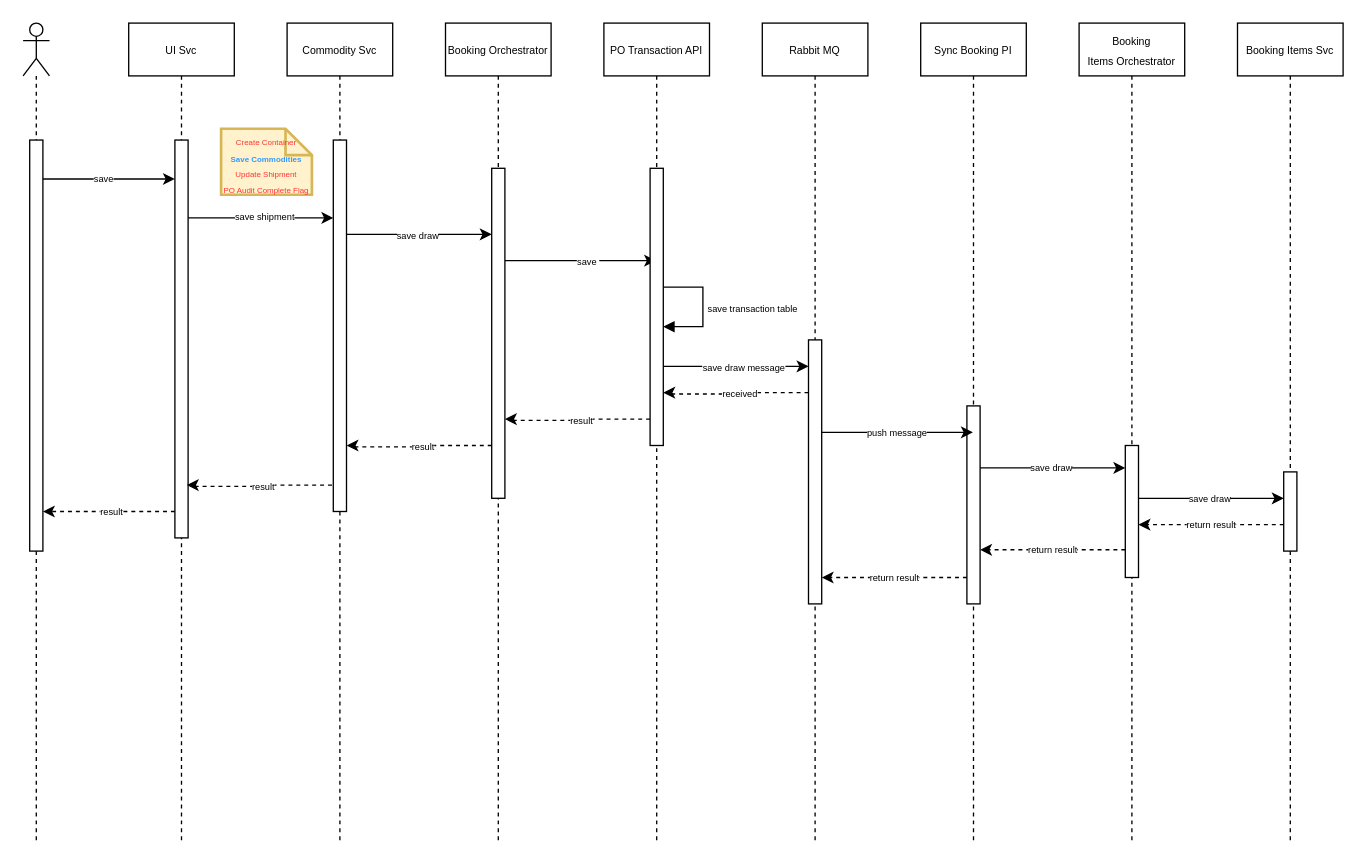
Before: page "SIA Save" (3 of 3) of PO Architecure.drawio in TommyVV/chr-diagrams, a draw.io diagram. Source tidied: cells renumbered, new cells numbered last; positions are measured from the earlier drawing's top-left corner, leaving out a move shared by most shapes. Both pictures are drawn from the tidied source at 132%, with x=0, y=0 at pixel (22, 22).
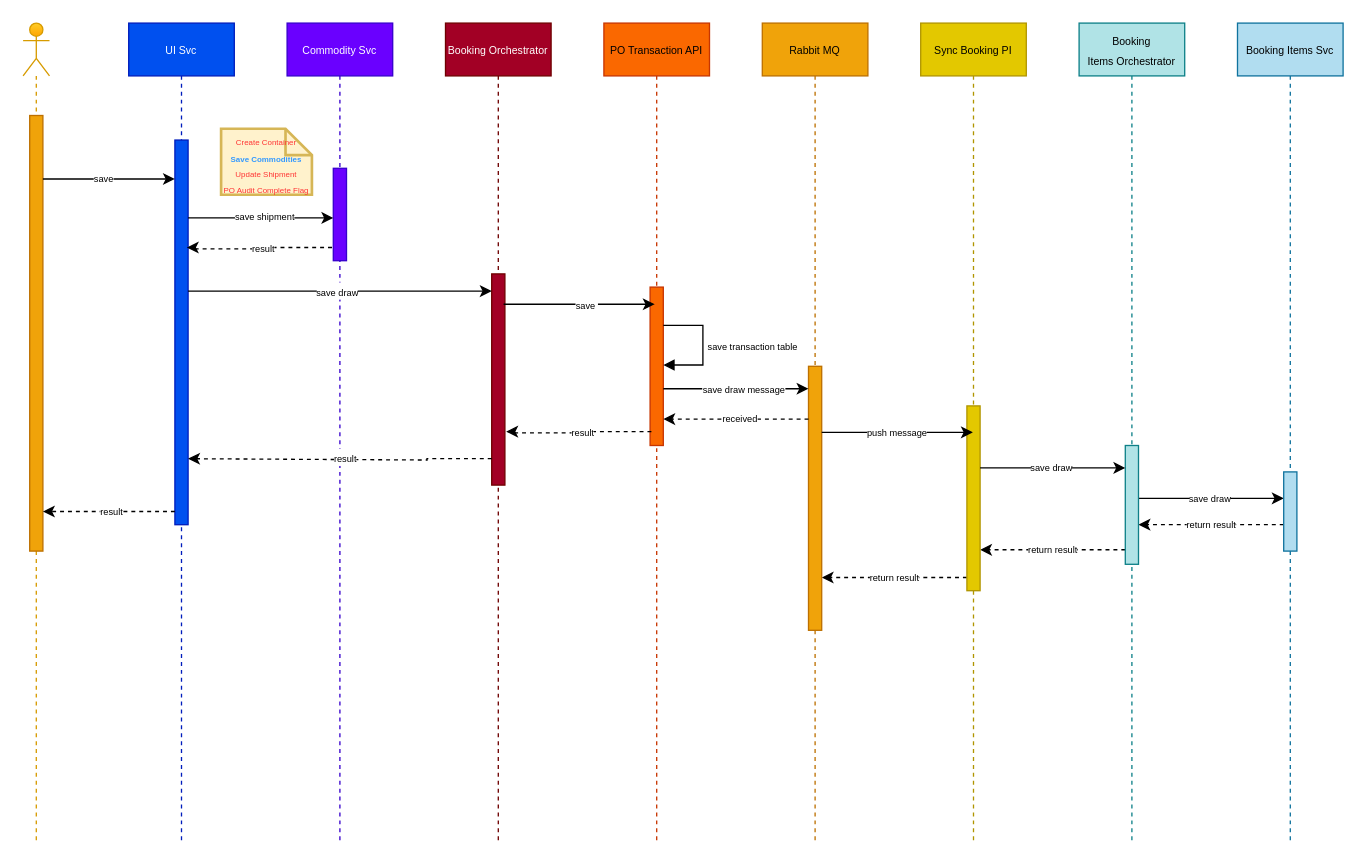
The same diagram, later.

Unchanged cells that the change refers to:
```xml
<mxCell id="14" style="group;" parent="1" vertex="1">
  <mxGeometry width="1000" height="620" as="geometry" />
</mxCell>
<mxCell id="15" style="group;spacing=1;" parent="14" vertex="1">
  <mxGeometry width="400" height="620" as="geometry" />
</mxCell>
```

Change to the diagram source:
```diff
@@
-    <mxCell id="2" style="edgeStyle=orthogonalEdgeStyle;rounded=0;orthogonalLoop=1;jettySize=auto;html=1;curved=0;" parent="1" edge="1">
-      <mxGeometry relative="1" as="geometry">
-        <mxPoint x="365" y="180" as="sourcePoint" />
-        <mxPoint x="479.5" y="180" as="targetPoint" />
-        <Array as="points">
-          <mxPoint x="380" y="180" />
-          <mxPoint x="380" y="180" />
-        </Array>
-      </mxGeometry>
-    </mxCell>
-    <mxCell id="3" value="&lt;font style=&quot;font-size: 7px;&quot;&gt;save&amp;nbsp;&lt;/font&gt;" style="edgeLabel;html=1;align=center;verticalAlign=middle;" parent="2" vertex="1">
-      <mxGeometry x="0.09" y="1" relative="1" as="geometry" />
-    </mxCell>
-    <mxCell id="4" style="edgeStyle=orthogonalEdgeStyle;rounded=0;orthogonalLoop=1;jettySize=auto;html=1;curved=0;dashed=1;" parent="1" edge="1">
-      <mxGeometry relative="1" as="geometry">
-        <mxPoint x="475" y="300" as="sourcePoint" />
-        <mxPoint x="365" y="300" as="targetPoint" />
-        <Array as="points">
-          <mxPoint x="426" y="300" />
-          <mxPoint x="426" y="301" />
-          <mxPoint x="370" y="301" />
-          <mxPoint x="370" y="300" />
-        </Array>
-      </mxGeometry>
-    </mxCell>
-    <mxCell id="5" value="&lt;font style=&quot;font-size: 7px;&quot;&gt;result&lt;/font&gt;" style="edgeLabel;html=1;align=center;verticalAlign=middle;" parent="4" vertex="1">
-      <mxGeometry x="-0.03" y="1" relative="1" as="geometry">
-        <mxPoint y="-3" as="offset" />
-      </mxGeometry>
-    </mxCell>
@@
-    <mxCell id="16" value="&lt;font style=&quot;font-size: 8px;&quot;&gt;UI Svc&lt;/font&gt;" style="shape=umlLifeline;perimeter=lifelinePerimeter;whiteSpace=wrap;html=1;newEdgeStyle={&quot;curved&quot;:0,&quot;rounded&quot;:0};" parent="15" vertex="1">
+    <mxCell id="16" value="&lt;font style=&quot;font-size: 8px;&quot;&gt;UI Svc&lt;/font&gt;" style="shape=umlLifeline;perimeter=lifelinePerimeter;whiteSpace=wrap;html=1;newEdgeStyle={&quot;curved&quot;:0,&quot;rounded&quot;:0};fillColor=#0050ef;fontColor=#ffffff;strokeColor=#001DBC;" parent="15" vertex="1">
       <mxGeometry x="80" width="80" height="620" as="geometry" />
     </mxCell>
-    <mxCell id="17" style="html=1;points=[[0,0,0,0,5],[0,1,0,0,-5],[1,0,0,0,5],[1,1,0,0,-5]];perimeter=orthogonalPerimeter;outlineConnect=0;targetShapes=umlLifeline;portConstraint=eastwest;newEdgeStyle={&quot;curved&quot;:0,&quot;rounded&quot;:0};" parent="16" vertex="1">
-      <mxGeometry x="35" y="88.6" width="10" height="301.4" as="geometry" />
+    <mxCell id="17" style="html=1;points=[[0,0,0,0,5],[0,1,0,0,-5],[1,0,0,0,5],[1,1,0,0,-5]];perimeter=orthogonalPerimeter;outlineConnect=0;targetShapes=umlLifeline;portConstraint=eastwest;newEdgeStyle={&quot;curved&quot;:0,&quot;rounded&quot;:0};fillColor=#0050ef;fontColor=#ffffff;strokeColor=#001DBC;" parent="16" vertex="1">
+      <mxGeometry x="35" y="88.6" width="10" height="291.4" as="geometry" />
     </mxCell>
-    <mxCell id="18" style="shape=umlLifeline;perimeter=lifelinePerimeter;whiteSpace=wrap;html=1;newEdgeStyle={&quot;curved&quot;:0,&quot;rounded&quot;:0};participant=umlActor;" parent="15" vertex="1">
+    <mxCell id="18" style="shape=umlLifeline;perimeter=lifelinePerimeter;whiteSpace=wrap;html=1;newEdgeStyle={&quot;curved&quot;:0,&quot;rounded&quot;:0};participant=umlActor;fillColor=#ffcd28;strokeColor=#d79b00;gradientColor=#ffa500;" parent="15" vertex="1">
       <mxGeometry width="20" height="620" as="geometry" />
     </mxCell>
-    <mxCell id="19" style="html=1;points=[[0,0,0,0,5],[0,1,0,0,-5],[1,0,0,0,5],[1,1,0,0,-5]];perimeter=orthogonalPerimeter;outlineConnect=0;targetShapes=umlLifeline;portConstraint=eastwest;newEdgeStyle={&quot;curved&quot;:0,&quot;rounded&quot;:0};" parent="18" vertex="1">
-      <mxGeometry x="5" y="88.6" width="10" height="311.4" as="geometry" />
+    <mxCell id="19" style="html=1;points=[[0,0,0,0,5],[0,1,0,0,-5],[1,0,0,0,5],[1,1,0,0,-5]];perimeter=orthogonalPerimeter;outlineConnect=0;targetShapes=umlLifeline;portConstraint=eastwest;newEdgeStyle={&quot;curved&quot;:0,&quot;rounded&quot;:0};fillColor=#f0a30a;fontColor=#000000;strokeColor=#BD7000;" parent="18" vertex="1">
+      <mxGeometry x="5" y="70" width="10" height="330" as="geometry" />
     </mxCell>
-    <mxCell id="20" value="&lt;font style=&quot;font-size: 8px;&quot;&gt;Commodity Svc&lt;/font&gt;" style="shape=umlLifeline;perimeter=lifelinePerimeter;whiteSpace=wrap;html=1;newEdgeStyle={&quot;curved&quot;:0,&quot;rounded&quot;:0};" parent="15" vertex="1">
+    <mxCell id="20" value="&lt;font style=&quot;font-size: 8px;&quot;&gt;Commodity Svc&lt;/font&gt;" style="shape=umlLifeline;perimeter=lifelinePerimeter;whiteSpace=wrap;html=1;newEdgeStyle={&quot;curved&quot;:0,&quot;rounded&quot;:0};fillColor=#6a00ff;fontColor=#ffffff;strokeColor=#3700CC;" parent="15" vertex="1">
       <mxGeometry x="200" width="80" height="620" as="geometry" />
     </mxCell>
-    <mxCell id="21" style="html=1;points=[[0,0,0,0,5],[0,1,0,0,-5],[1,0,0,0,5],[1,1,0,0,-5]];perimeter=orthogonalPerimeter;outlineConnect=0;targetShapes=umlLifeline;portConstraint=eastwest;newEdgeStyle={&quot;curved&quot;:0,&quot;rounded&quot;:0};" parent="20" vertex="1">
-      <mxGeometry x="35" y="88.6" width="10" height="281.4" as="geometry" />
+    <mxCell id="21" style="html=1;points=[[0,0,0,0,5],[0,1,0,0,-5],[1,0,0,0,5],[1,1,0,0,-5]];perimeter=orthogonalPerimeter;outlineConnect=0;targetShapes=umlLifeline;portConstraint=eastwest;newEdgeStyle={&quot;curved&quot;:0,&quot;rounded&quot;:0};fillColor=#6a00ff;fontColor=#ffffff;strokeColor=#3700CC;" parent="20" vertex="1">
+      <mxGeometry x="35" y="110" width="10" height="70" as="geometry" />
     </mxCell>
-    <mxCell id="22" value="&lt;font style=&quot;font-size: 8px;&quot;&gt;Booking&amp;nbsp;&lt;a style=&quot;background-color: transparent; box-sizing: border-box; text-decoration-line: none;&quot; href=&quot;https://github.com/ch-robinson-internal/PO.Bookings.Orchestrator.Api&quot;&gt;&lt;font style=&quot;font-size: 8px;&quot; color=&quot;#000000&quot;&gt;Orchestrator&lt;/font&gt;&lt;/a&gt;&lt;/font&gt;" style="shape=umlLifeline;perimeter=lifelinePerimeter;whiteSpace=wrap;html=1;newEdgeStyle={&quot;curved&quot;:0,&quot;rounded&quot;:0};" parent="15" vertex="1">
+    <mxCell id="22" value="&lt;font style=&quot;font-size: 8px;&quot;&gt;Booking Orchestrator&lt;/font&gt;" style="shape=umlLifeline;perimeter=lifelinePerimeter;whiteSpace=wrap;html=1;newEdgeStyle={&quot;curved&quot;:0,&quot;rounded&quot;:0};fillColor=#a20025;fontColor=#ffffff;strokeColor=#6F0000;" parent="15" vertex="1">
       <mxGeometry x="320" width="80" height="620" as="geometry" />
     </mxCell>
@@
-    <mxCell id="27" style="html=1;points=[[0,0,0,0,5],[0,1,0,0,-5],[1,0,0,0,5],[1,1,0,0,-5]];perimeter=orthogonalPerimeter;outlineConnect=0;targetShapes=umlLifeline;portConstraint=eastwest;newEdgeStyle={&quot;curved&quot;:0,&quot;rounded&quot;:0};" parent="15" vertex="1">
-      <mxGeometry x="355" y="110" width="10" height="250" as="geometry" />
+    <mxCell id="27" style="html=1;points=[[0,0,0,0,5],[0,1,0,0,-5],[1,0,0,0,5],[1,1,0,0,-5]];perimeter=orthogonalPerimeter;outlineConnect=0;targetShapes=umlLifeline;portConstraint=eastwest;newEdgeStyle={&quot;curved&quot;:0,&quot;rounded&quot;:0};fillColor=#a20025;fontColor=#ffffff;strokeColor=#6F0000;" parent="15" vertex="1">
+      <mxGeometry x="355" y="190" width="10" height="160" as="geometry" />
     </mxCell>
-    <mxCell id="28" style="edgeStyle=orthogonalEdgeStyle;rounded=0;jettySize=auto;html=1;curved=0;" parent="15" edge="1" source="21" target="27">
+    <mxCell id="28" style="edgeStyle=orthogonalEdgeStyle;rounded=0;orthogonalLoop=1;jettySize=auto;html=1;curved=0;" parent="15" edge="1">
       <mxGeometry relative="1" as="geometry">
+        <mxPoint x="125" y="203" as="sourcePoint" />
+        <mxPoint x="355" y="203" as="targetPoint" />
         <Array as="points">
-          <mxPoint x="300" y="160" />
-          <mxPoint x="300" y="160" />
+          <mxPoint x="180" y="203" />
+          <mxPoint x="180" y="203" />
         </Array>
       </mxGeometry>
     </mxCell>
@@
     <mxCell id="30" style="edgeStyle=orthogonalEdgeStyle;rounded=0;orthogonalLoop=1;jettySize=auto;html=1;curved=0;dashed=1;" parent="15" edge="1">
       <mxGeometry relative="1" as="geometry">
-        <mxPoint x="355" y="320" as="sourcePoint" />
-        <mxPoint x="245" y="320" as="targetPoint" />
+        <mxPoint x="355" y="330" as="sourcePoint" />
+        <mxPoint x="125" y="330" as="targetPoint" />
         <Array as="points">
-          <mxPoint x="306" y="320" />
-          <mxPoint x="306" y="321" />
-          <mxPoint x="250" y="321" />
-          <mxPoint x="250" y="320" />
+          <mxPoint x="306" y="330" />
+          <mxPoint x="250" y="331" />
         </Array>
       </mxGeometry>
     </mxCell>
@@
     <mxCell id="32" style="edgeStyle=orthogonalEdgeStyle;rounded=0;orthogonalLoop=1;jettySize=auto;html=1;curved=0;dashed=1;" parent="15" edge="1">
       <mxGeometry relative="1" as="geometry">
-        <mxPoint x="234" y="350" as="sourcePoint" />
-        <mxPoint x="124" y="350" as="targetPoint" />
+        <mxPoint x="234" y="170" as="sourcePoint" />
+        <mxPoint x="124" y="170" as="targetPoint" />
         <Array as="points">
-          <mxPoint x="185" y="350" />
-          <mxPoint x="185" y="351" />
-          <mxPoint x="129" y="351" />
-          <mxPoint x="129" y="350" />
+          <mxPoint x="185" y="170" />
+          <mxPoint x="185" y="171" />
+          <mxPoint x="129" y="171" />
+          <mxPoint x="129" y="170" />
         </Array>
       </mxGeometry>
     </mxCell>
@@
-    <mxCell id="37" value="&lt;span style=&quot;font-size: 8px;&quot;&gt;PO Transaction API&lt;/span&gt;" style="shape=umlLifeline;perimeter=lifelinePerimeter;whiteSpace=wrap;html=1;newEdgeStyle={&quot;curved&quot;:0,&quot;rounded&quot;:0};" parent="14" vertex="1">
+    <mxCell id="37" value="&lt;span style=&quot;font-size: 8px;&quot;&gt;PO Transaction API&lt;/span&gt;" style="shape=umlLifeline;perimeter=lifelinePerimeter;whiteSpace=wrap;html=1;newEdgeStyle={&quot;curved&quot;:0,&quot;rounded&quot;:0};fillColor=#fa6800;fontColor=#000000;strokeColor=#C73500;" parent="14" vertex="1">
       <mxGeometry x="440" width="80" height="620" as="geometry" />
     </mxCell>
-    <mxCell id="38" style="html=1;points=[[0,0,0,0,5],[0,1,0,0,-5],[1,0,0,0,5],[1,1,0,0,-5]];perimeter=orthogonalPerimeter;outlineConnect=0;targetShapes=umlLifeline;portConstraint=eastwest;newEdgeStyle={&quot;curved&quot;:0,&quot;rounded&quot;:0};" parent="37" vertex="1">
-      <mxGeometry x="35" y="110" width="10" height="210" as="geometry" />
+    <mxCell id="38" style="html=1;points=[[0,0,0,0,5],[0,1,0,0,-5],[1,0,0,0,5],[1,1,0,0,-5]];perimeter=orthogonalPerimeter;outlineConnect=0;targetShapes=umlLifeline;portConstraint=eastwest;newEdgeStyle={&quot;curved&quot;:0,&quot;rounded&quot;:0};fillColor=#fa6800;fontColor=#000000;strokeColor=#C73500;" parent="37" vertex="1">
+      <mxGeometry x="35" y="200" width="10" height="120" as="geometry" />
     </mxCell>
-    <mxCell id="39" value="&lt;font style=&quot;font-size: 7px;&quot;&gt;save transaction table&lt;/font&gt;" style="html=1;align=left;spacingLeft=2;endArrow=block;rounded=0;edgeStyle=orthogonalEdgeStyle;curved=0;rounded=0;" parent="37" edge="1" target="38">
-      <mxGeometry relative="1" as="geometry">
-        <mxPoint x="45" y="200" as="sourcePoint" />
-        <Array as="points">
-          <mxPoint x="75" y="200" />
-          <mxPoint x="75" y="230" />
-        </Array>
-      </mxGeometry>
-    </mxCell>
-    <mxCell id="40" value="&lt;span style=&quot;font-size: 8px;&quot;&gt;Rabbit MQ&lt;/span&gt;" style="shape=umlLifeline;perimeter=lifelinePerimeter;whiteSpace=wrap;html=1;newEdgeStyle={&quot;curved&quot;:0,&quot;rounded&quot;:0};" parent="14" vertex="1">
+    <mxCell id="40" value="&lt;span style=&quot;font-size: 8px;&quot;&gt;Rabbit MQ&lt;/span&gt;" style="shape=umlLifeline;perimeter=lifelinePerimeter;whiteSpace=wrap;html=1;newEdgeStyle={&quot;curved&quot;:0,&quot;rounded&quot;:0};fillColor=#f0a30a;fontColor=#000000;strokeColor=#BD7000;" parent="14" vertex="1">
       <mxGeometry x="560" width="80" height="620" as="geometry" />
     </mxCell>
-    <mxCell id="41" style="html=1;points=[[0,0,0,0,5],[0,1,0,0,-5],[1,0,0,0,5],[1,1,0,0,-5]];perimeter=orthogonalPerimeter;outlineConnect=0;targetShapes=umlLifeline;portConstraint=eastwest;newEdgeStyle={&quot;curved&quot;:0,&quot;rounded&quot;:0};" parent="40" vertex="1">
-      <mxGeometry x="35" y="240" width="10" height="200" as="geometry" />
+    <mxCell id="41" style="html=1;points=[[0,0,0,0,5],[0,1,0,0,-5],[1,0,0,0,5],[1,1,0,0,-5]];perimeter=orthogonalPerimeter;outlineConnect=0;targetShapes=umlLifeline;portConstraint=eastwest;newEdgeStyle={&quot;curved&quot;:0,&quot;rounded&quot;:0};fillColor=#f0a30a;fontColor=#000000;strokeColor=#BD7000;" parent="40" vertex="1">
+      <mxGeometry x="35" y="260" width="10" height="200" as="geometry" />
     </mxCell>
-    <mxCell id="42" value="&lt;span style=&quot;font-size: 8px;&quot;&gt;Sync Booking PI&lt;/span&gt;" style="shape=umlLifeline;perimeter=lifelinePerimeter;whiteSpace=wrap;html=1;outlineConnect=0;portConstraint=eastwest;newEdgeStyle={&quot;curved&quot;:0,&quot;rounded&quot;:0};" parent="14" vertex="1">
+    <mxCell id="42" value="&lt;span style=&quot;font-size: 8px;&quot;&gt;Sync Booking PI&lt;/span&gt;" style="shape=umlLifeline;perimeter=lifelinePerimeter;whiteSpace=wrap;html=1;outlineConnect=0;portConstraint=eastwest;newEdgeStyle={&quot;curved&quot;:0,&quot;rounded&quot;:0};fillColor=#e3c800;fontColor=#000000;strokeColor=#B09500;" parent="14" vertex="1">
       <mxGeometry x="680" width="80" height="620" as="geometry" />
     </mxCell>
-    <mxCell id="43" style="html=1;points=[[0,0,0,0,5],[0,1,0,0,-5],[1,0,0,0,5],[1,1,0,0,-5]];perimeter=orthogonalPerimeter;outlineConnect=0;targetShapes=umlLifeline;portConstraint=eastwest;newEdgeStyle={&quot;curved&quot;:0,&quot;rounded&quot;:0};" parent="42" vertex="1">
-      <mxGeometry x="35" y="290" width="10" height="150" as="geometry" />
+    <mxCell id="43" style="html=1;points=[[0,0,0,0,5],[0,1,0,0,-5],[1,0,0,0,5],[1,1,0,0,-5]];perimeter=orthogonalPerimeter;outlineConnect=0;targetShapes=umlLifeline;portConstraint=eastwest;newEdgeStyle={&quot;curved&quot;:0,&quot;rounded&quot;:0};fillColor=#e3c800;fontColor=#000000;strokeColor=#B09500;" parent="42" vertex="1">
+      <mxGeometry x="35" y="290" width="10" height="140" as="geometry" />
     </mxCell>
-    <mxCell id="44" value="&lt;font style=&quot;font-size: 8px;&quot;&gt;Booking Items&amp;nbsp;&lt;a style=&quot;background-color: transparent; box-sizing: border-box; text-decoration-line: none;&quot; href=&quot;https://github.com/ch-robinson-internal/PO.Bookings.Orchestrator.Api&quot;&gt;&lt;font style=&quot;font-size: 8px;&quot; color=&quot;#000000&quot;&gt;Orchestrator&lt;/font&gt;&lt;/a&gt;&lt;/font&gt;" style="shape=umlLifeline;perimeter=lifelinePerimeter;whiteSpace=wrap;html=1;newEdgeStyle={&quot;curved&quot;:0,&quot;rounded&quot;:0};" parent="14" vertex="1">
+    <mxCell id="44" value="&lt;font style=&quot;font-size: 8px;&quot;&gt;Booking Items&amp;nbsp;&lt;a style=&quot;background-color: transparent; box-sizing: border-box; text-decoration-line: none;&quot; href=&quot;https://github.com/ch-robinson-internal/PO.Bookings.Orchestrator.Api&quot;&gt;&lt;font style=&quot;font-size: 8px;&quot; color=&quot;#000000&quot;&gt;Orchestrator&lt;/font&gt;&lt;/a&gt;&lt;/font&gt;" style="shape=umlLifeline;perimeter=lifelinePerimeter;whiteSpace=wrap;html=1;newEdgeStyle={&quot;curved&quot;:0,&quot;rounded&quot;:0};fillColor=#b0e3e6;strokeColor=#0e8088;" parent="14" vertex="1">
       <mxGeometry x="800" width="80" height="620" as="geometry" />
     </mxCell>
-    <mxCell id="45" style="html=1;points=[[0,0,0,0,5],[0,1,0,0,-5],[1,0,0,0,5],[1,1,0,0,-5]];perimeter=orthogonalPerimeter;outlineConnect=0;targetShapes=umlLifeline;portConstraint=eastwest;newEdgeStyle={&quot;curved&quot;:0,&quot;rounded&quot;:0};" parent="44" vertex="1">
-      <mxGeometry x="35" y="320" width="10" height="100" as="geometry" />
+    <mxCell id="45" style="html=1;points=[[0,0,0,0,5],[0,1,0,0,-5],[1,0,0,0,5],[1,1,0,0,-5]];perimeter=orthogonalPerimeter;outlineConnect=0;targetShapes=umlLifeline;portConstraint=eastwest;newEdgeStyle={&quot;curved&quot;:0,&quot;rounded&quot;:0};fillColor=#b0e3e6;strokeColor=#0e8088;" parent="44" vertex="1">
+      <mxGeometry x="35" y="320" width="10" height="90" as="geometry" />
     </mxCell>
-    <mxCell id="46" value="&lt;font style=&quot;font-size: 8px;&quot;&gt;Booking Items Svc&lt;/font&gt;" style="shape=umlLifeline;perimeter=lifelinePerimeter;whiteSpace=wrap;html=1;newEdgeStyle={&quot;curved&quot;:0,&quot;rounded&quot;:0};" parent="14" vertex="1">
+    <mxCell id="46" value="&lt;font style=&quot;font-size: 8px;&quot;&gt;Booking Items Svc&lt;/font&gt;" style="shape=umlLifeline;perimeter=lifelinePerimeter;whiteSpace=wrap;html=1;newEdgeStyle={&quot;curved&quot;:0,&quot;rounded&quot;:0};fillColor=#b1ddf0;strokeColor=#10739e;" parent="14" vertex="1">
       <mxGeometry x="920" width="80" height="620" as="geometry" />
     </mxCell>
-    <mxCell id="47" style="html=1;perimeter=orthogonalPerimeter;targetShapes=umlLifeline;newEdgeStyle={&quot;curved&quot;:0,&quot;rounded&quot;:0};" parent="46" vertex="1">
+    <mxCell id="47" style="html=1;perimeter=orthogonalPerimeter;targetShapes=umlLifeline;newEdgeStyle={&quot;curved&quot;:0,&quot;rounded&quot;:0};fillColor=#b1ddf0;strokeColor=#10739e;" parent="46" vertex="1">
       <mxGeometry x="35" y="340" width="10" height="60" as="geometry" />
     </mxCell>
-    <mxCell id="48" style="edgeStyle=orthogonalEdgeStyle;rounded=0;jettySize=auto;html=1;curved=0;" parent="14" edge="1" source="38" target="41">
+    <mxCell id="48" style="edgeStyle=orthogonalEdgeStyle;rounded=0;orthogonalLoop=1;jettySize=auto;html=1;curved=0;" parent="14" edge="1">
       <mxGeometry relative="1" as="geometry">
+        <mxPoint x="485" y="277" as="sourcePoint" />
+        <mxPoint x="595" y="277" as="targetPoint" />
         <Array as="points">
-          <mxPoint x="590" y="260" />
-          <mxPoint x="590" y="260" />
+          <mxPoint x="590" y="277" />
+          <mxPoint x="590" y="277" />
         </Array>
       </mxGeometry>
     </mxCell>
@@
     <mxCell id="50" style="edgeStyle=orthogonalEdgeStyle;rounded=0;jettySize=auto;html=1;curved=0;dashed=1;" parent="14" edge="1" source="41" target="38">
       <mxGeometry relative="1" as="geometry">
         <Array as="points">
-          <mxPoint x="546" y="280" />
-          <mxPoint x="546" y="281" />
-          <mxPoint x="490" y="281" />
-          <mxPoint x="490" y="280" />
+          <mxPoint x="510" y="300" />
+          <mxPoint x="510" y="300" />
         </Array>
       </mxGeometry>
     </mxCell>
@@
+    <mxCell id="2" style="edgeStyle=orthogonalEdgeStyle;rounded=0;orthogonalLoop=1;jettySize=auto;html=1;curved=0;" parent="14" edge="1">
+      <mxGeometry relative="1" as="geometry">
+        <mxPoint x="364" y="213" as="sourcePoint" />
+        <mxPoint x="478.5" y="213" as="targetPoint" />
+        <Array as="points">
+          <mxPoint x="379" y="213" />
+          <mxPoint x="379" y="213" />
+        </Array>
+      </mxGeometry>
+    </mxCell>
+    <mxCell id="3" value="&lt;font style=&quot;font-size: 7px;&quot;&gt;save&amp;nbsp;&lt;/font&gt;" style="edgeLabel;html=1;align=center;verticalAlign=middle;" parent="2" vertex="1">
+      <mxGeometry x="0.09" y="1" relative="1" as="geometry" />
+    </mxCell>
+    <mxCell id="4" style="edgeStyle=orthogonalEdgeStyle;rounded=0;orthogonalLoop=1;jettySize=auto;html=1;curved=0;dashed=1;" parent="14" edge="1">
+      <mxGeometry relative="1" as="geometry">
+        <mxPoint x="476" y="309.5" as="sourcePoint" />
+        <mxPoint x="366" y="309.5" as="targetPoint" />
+        <Array as="points">
+          <mxPoint x="427" y="309.5" />
+          <mxPoint x="427" y="310.5" />
+          <mxPoint x="371" y="310.5" />
+          <mxPoint x="371" y="309.5" />
+        </Array>
+      </mxGeometry>
+    </mxCell>
+    <mxCell id="5" value="&lt;font style=&quot;font-size: 7px;&quot;&gt;result&lt;/font&gt;" style="edgeLabel;html=1;align=center;verticalAlign=middle;" parent="4" vertex="1">
+      <mxGeometry x="-0.03" y="1" relative="1" as="geometry">
+        <mxPoint y="-3" as="offset" />
+      </mxGeometry>
+    </mxCell>
+    <mxCell id="39" value="&lt;font style=&quot;font-size: 7px;&quot;&gt;save transaction table&lt;/font&gt;" style="html=1;align=left;spacingLeft=2;endArrow=block;rounded=0;edgeStyle=orthogonalEdgeStyle;curved=0;rounded=0;" parent="14" edge="1">
+      <mxGeometry relative="1" as="geometry">
+        <mxPoint x="485" y="229" as="sourcePoint" />
+        <mxPoint x="485" y="259" as="targetPoint" />
+        <Array as="points">
+          <mxPoint x="515" y="229" />
+          <mxPoint x="515" y="259" />
+        </Array>
+      </mxGeometry>
+    </mxCell>
```
